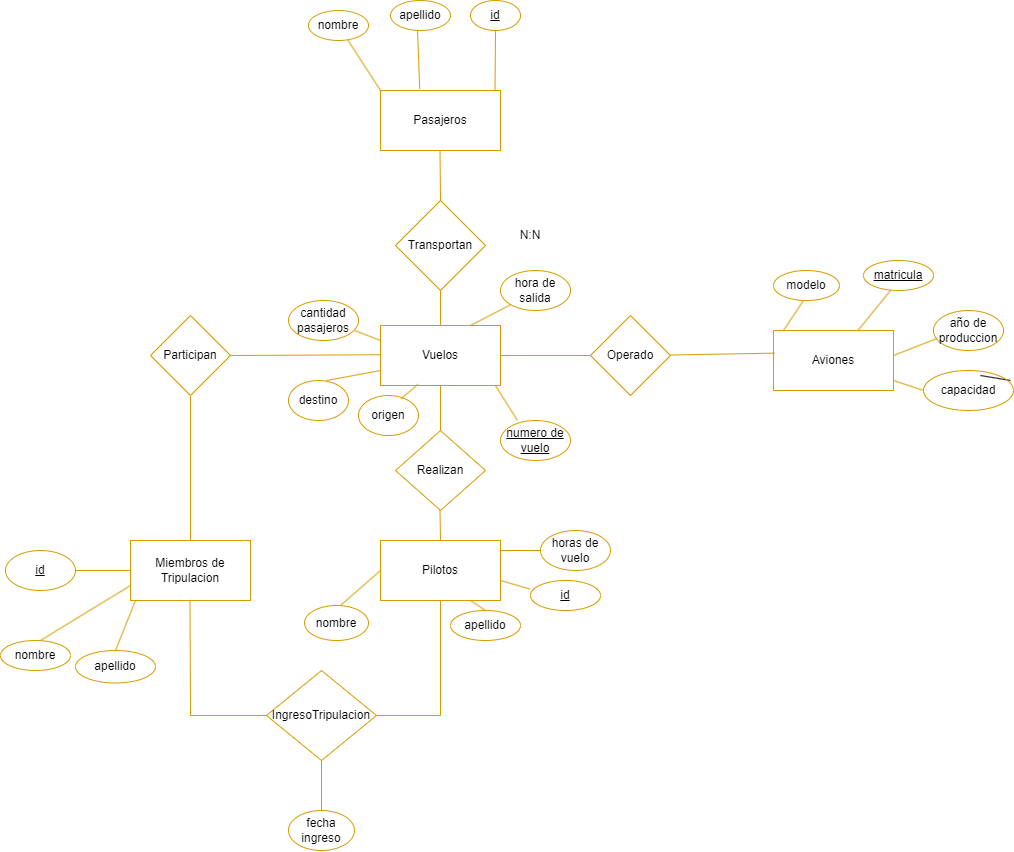
This is Diseño conceptual .drawio.png from NoeAvalos/Base-de-datos-Compa-ia-aerea, a draw.io export, as it was before one commit. Source tidied: cells renumbered, new cells last; positions are measured from the earlier drawing's top-left corner, leaving out a move shared by most shapes.
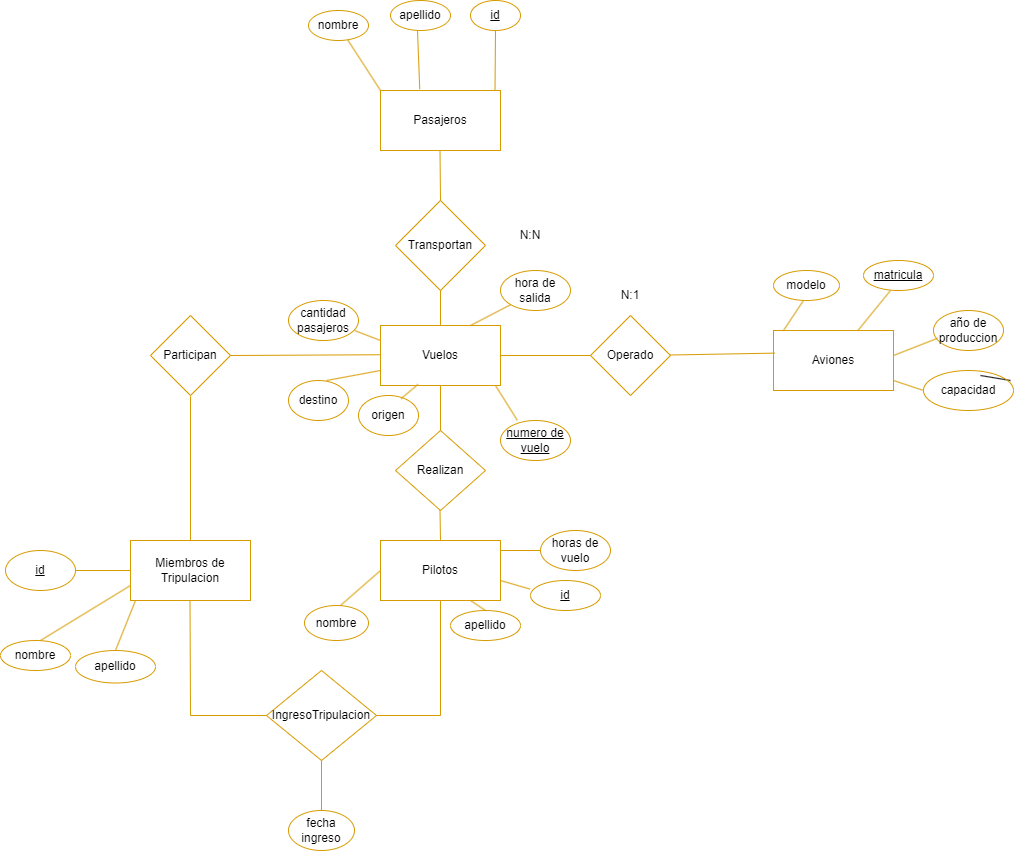
After the change.

Change to the diagram source:
```diff
@@ -247,5 +247,8 @@
     <mxCell id="63" value="N:N" style="text;html=1;strokeColor=none;fillColor=none;align=center;verticalAlign=middle;whiteSpace=wrap;rounded=0;" parent="1" vertex="1">
       <mxGeometry x="500" y="220" width="60" height="30" as="geometry" />
     </mxCell>
+    <mxCell id="64" value="N:1" style="text;html=1;strokeColor=none;fillColor=none;align=center;verticalAlign=middle;whiteSpace=wrap;rounded=0;" parent="1" vertex="1">
+      <mxGeometry x="600" y="280" width="60" height="30" as="geometry" />
+    </mxCell>
   </root>
 </mxGraphModel>
```
